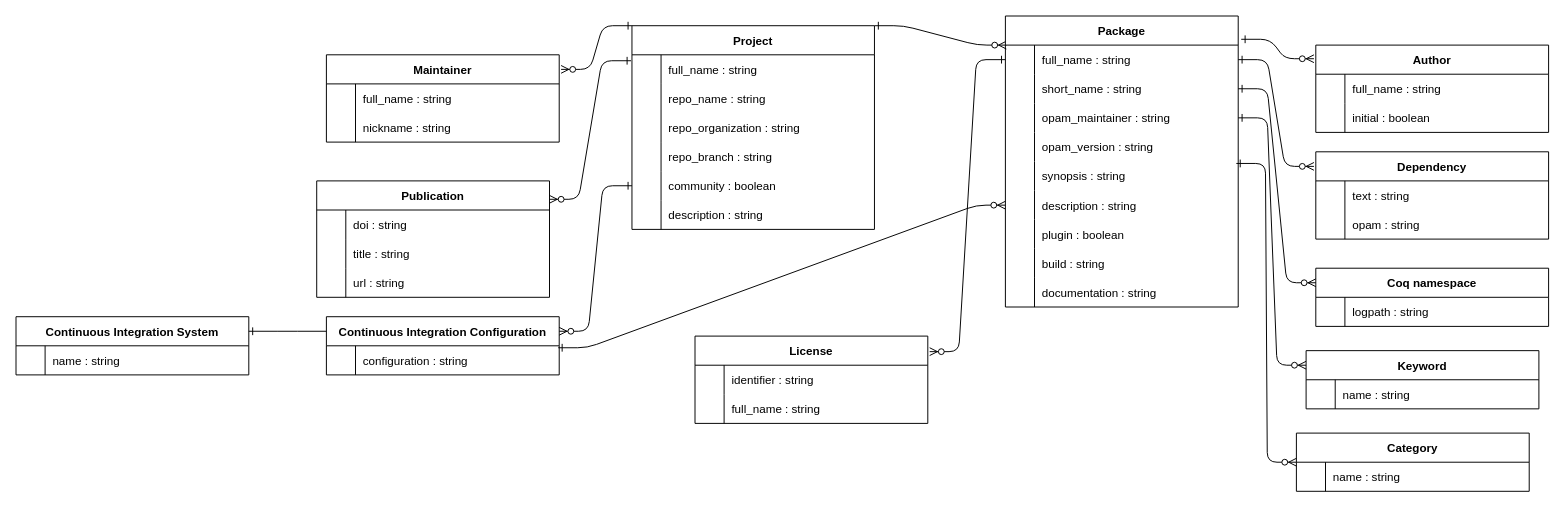
The draw.io diagram Coqtemplate.drawio in coq-community/templates, before the edit. Source tidied: cells renumbered, new cells numbered last; positions are measured from the earlier drawing's top-left corner, leaving out a move shared by most shapes. Both pictures are drawn from the tidied source at 97%, with x=0, y=0 at pixel (16, 16).
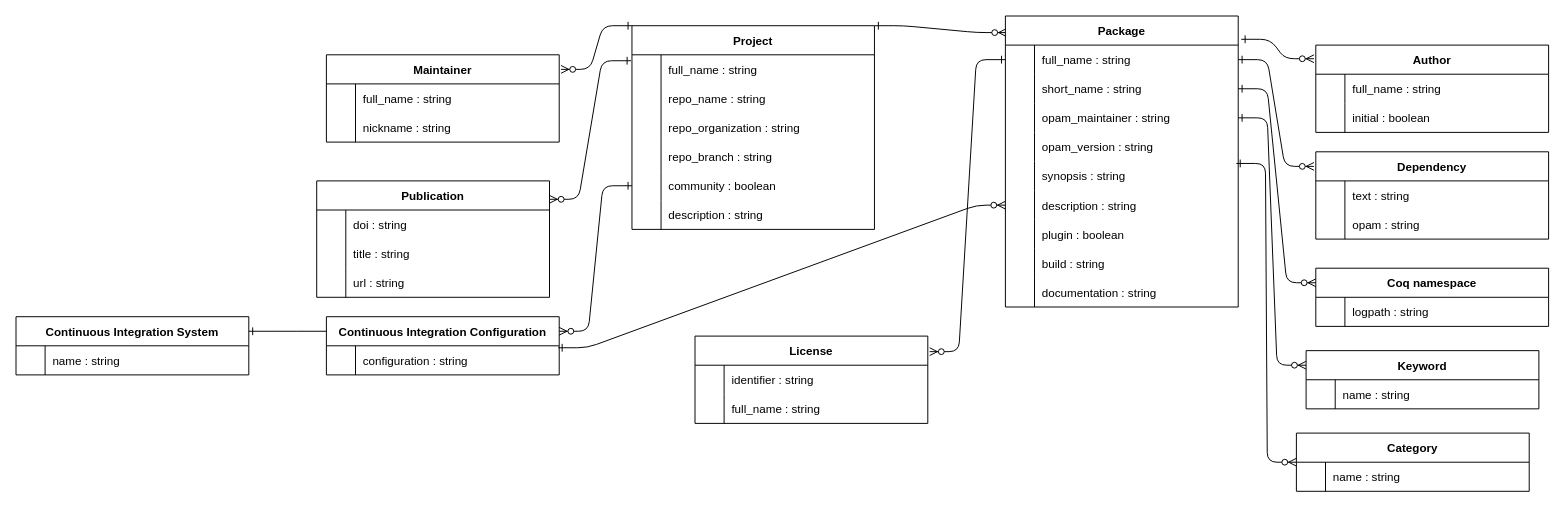
The same page after the edit.

Unchanged cells that the change refers to:
```xml
<mxCell id="3" value="Package" style="shape=table;startSize=30;childLayout=tableLayout;rowLines=0;fontStyle=1;align=center;" parent="1" vertex="1">
  <mxGeometry x="1020" width="240" height="300" as="geometry" />
</mxCell>
<mxCell id="31" value="Project" style="shape=table;startSize=30;childLayout=tableLayout;rowLines=0;fontStyle=1;align=center;" parent="1" vertex="1">
  <mxGeometry x="635" y="10" width="250" height="210" as="geometry" />
</mxCell>
```

The edit, as a diff of the source:
```diff
@@
-    <mxCell id="2" style="edgeStyle=entityRelationEdgeStyle;endArrow=ERzeroToMany;startArrow=ERone;endFill=1;startFill=0;exitX=1;exitY=0;exitDx=0;exitDy=0;entryX=0.004;entryY=0.1;entryDx=0;entryDy=0;entryPerimeter=0;" parent="1" edge="1" source="31" target="3">
+    <mxCell id="2" style="edgeStyle=entityRelationEdgeStyle;endArrow=ERzeroToMany;startArrow=ERone;endFill=1;startFill=0;exitX=1;exitY=0;exitDx=0;exitDy=0;entryX=0.004;entryY=0.057;entryDx=0;entryDy=0;entryPerimeter=0;" parent="1" edge="1" source="31" target="3">
       <mxGeometry relative="1" as="geometry" />
     </mxCell>
```
